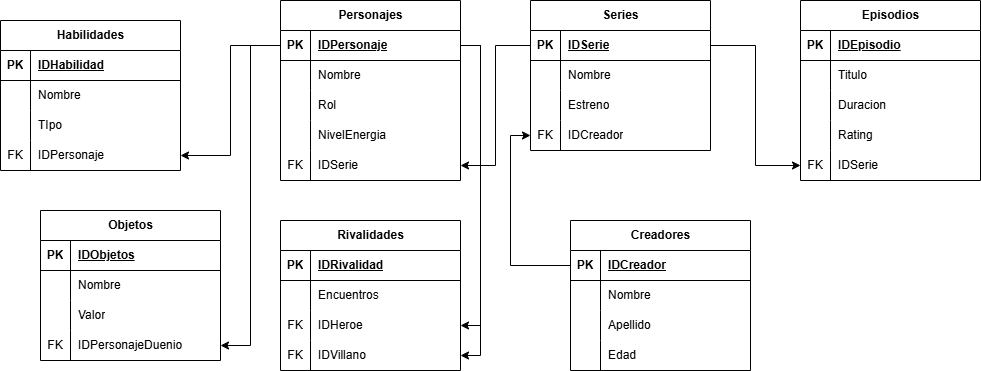
Earlier version of the draw.io export PracticaEvaluacion/DERCartoonNetwork.drawio.png (FacundoCotoras/Los-Tinchardos). Source tidied: cells renumbered, new cells last; positions are measured from the earlier drawing's top-left corner, leaving out a move shared by most shapes.
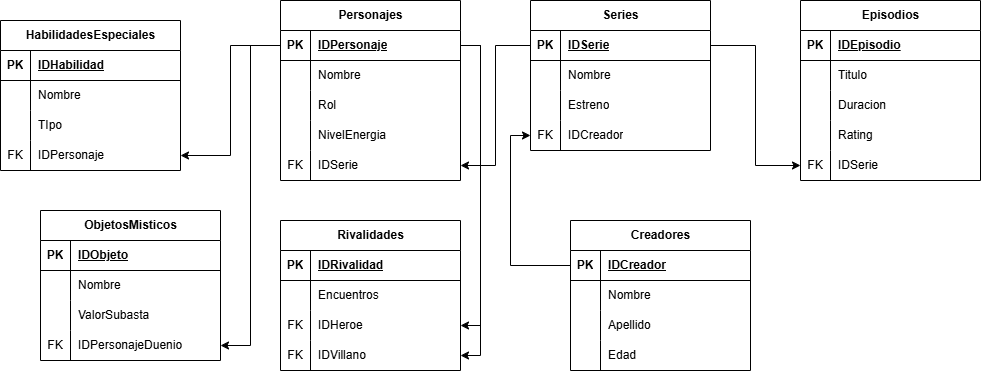
After the commit.

Change to the diagram source:
```diff
@@ -89,7 +89,7 @@
     <mxCell id="30" value="IDSerie" style="shape=partialRectangle;fillColor=none;top=0;left=0;bottom=0;right=0;align=left;spacingLeft=6;overflow=hidden;whiteSpace=wrap;html=1;" parent="28" vertex="1">
       <mxGeometry x="30" width="150" height="30" as="geometry" />
     </mxCell>
-    <mxCell id="31" value="Habilidades" style="shape=table;startSize=30;rowLines=0;fontStyle=1;align=center;html=1;" parent="1" vertex="1">
+    <mxCell id="31" value="HabilidadesEspeciales" style="shape=table;startSize=30;rowLines=0;fontStyle=1;align=center;html=1;" parent="1" vertex="1">
       <mxGeometry y="20" width="180" height="150" as="geometry" />
     </mxCell>
     <mxCell id="32" style="shape=tableRow;horizontal=0;startSize=0;swimlaneHead=0;swimlaneBody=0;fillColor=none;top=0;left=0;right=0;bottom=1;" parent="31" vertex="1">
@@ -272,7 +272,7 @@
     <mxCell id="91" style="edgeStyle=orthogonalEdgeStyle;rounded=0;jettySize=auto;html=1;exitX=1;exitY=0.5;exitDx=0;exitDy=0;entryX=1;entryY=0.5;entryDx=0;entryDy=0;" parent="1" edge="1" source="16" target="70">
       <mxGeometry relative="1" as="geometry" />
     </mxCell>
-    <mxCell id="92" value="Objetos" style="shape=table;startSize=30;rowLines=0;fontStyle=1;align=center;html=1;" parent="1" vertex="1">
+    <mxCell id="92" value="ObjetosMisticos" style="shape=table;startSize=30;rowLines=0;fontStyle=1;align=center;html=1;" parent="1" vertex="1">
       <mxGeometry x="40" y="210" width="180" height="150" as="geometry" />
     </mxCell>
     <mxCell id="93" style="shape=tableRow;horizontal=0;startSize=0;swimlaneHead=0;swimlaneBody=0;fillColor=none;top=0;left=0;right=0;bottom=1;" parent="92" vertex="1">
@@ -281,7 +281,7 @@
     <mxCell id="94" value="PK" style="shape=partialRectangle;fillColor=none;top=0;left=0;bottom=0;right=0;fontStyle=1;overflow=hidden;whiteSpace=wrap;html=1;" parent="93" vertex="1">
       <mxGeometry width="30" height="30" as="geometry" />
     </mxCell>
-    <mxCell id="95" value="IDObjetos" style="shape=partialRectangle;fillColor=none;top=0;left=0;bottom=0;right=0;align=left;spacingLeft=6;fontStyle=5;overflow=hidden;whiteSpace=wrap;html=1;" parent="93" vertex="1">
+    <mxCell id="95" value="IDObjeto" style="shape=partialRectangle;fillColor=none;top=0;left=0;bottom=0;right=0;align=left;spacingLeft=6;fontStyle=5;overflow=hidden;whiteSpace=wrap;html=1;" parent="93" vertex="1">
       <mxGeometry x="30" width="150" height="30" as="geometry" />
     </mxCell>
     <mxCell id="96" style="shape=tableRow;horizontal=0;startSize=0;swimlaneHead=0;swimlaneBody=0;fillColor=none;top=0;left=0;right=0;bottom=0;" parent="92" vertex="1">
@@ -299,7 +299,7 @@
     <mxCell id="100" style="shape=partialRectangle;fillColor=none;top=0;left=0;bottom=0;right=0;overflow=hidden;whiteSpace=wrap;html=1;" parent="99" vertex="1">
       <mxGeometry width="30" height="30" as="geometry" />
     </mxCell>
-    <mxCell id="101" value="Valor" style="shape=partialRectangle;fillColor=none;top=0;left=0;bottom=0;right=0;align=left;spacingLeft=6;overflow=hidden;whiteSpace=wrap;html=1;" parent="99" vertex="1">
+    <mxCell id="101" value="ValorSubasta" style="shape=partialRectangle;fillColor=none;top=0;left=0;bottom=0;right=0;align=left;spacingLeft=6;overflow=hidden;whiteSpace=wrap;html=1;" parent="99" vertex="1">
       <mxGeometry x="30" width="150" height="30" as="geometry" />
     </mxCell>
     <mxCell id="102" style="shape=tableRow;horizontal=0;startSize=0;swimlaneHead=0;swimlaneBody=0;fillColor=none;points=[[0,0.5],[1,0.5]];portConstraint=eastwest;top=0;left=0;right=0;bottom=0;" parent="92" vertex="1">
```
